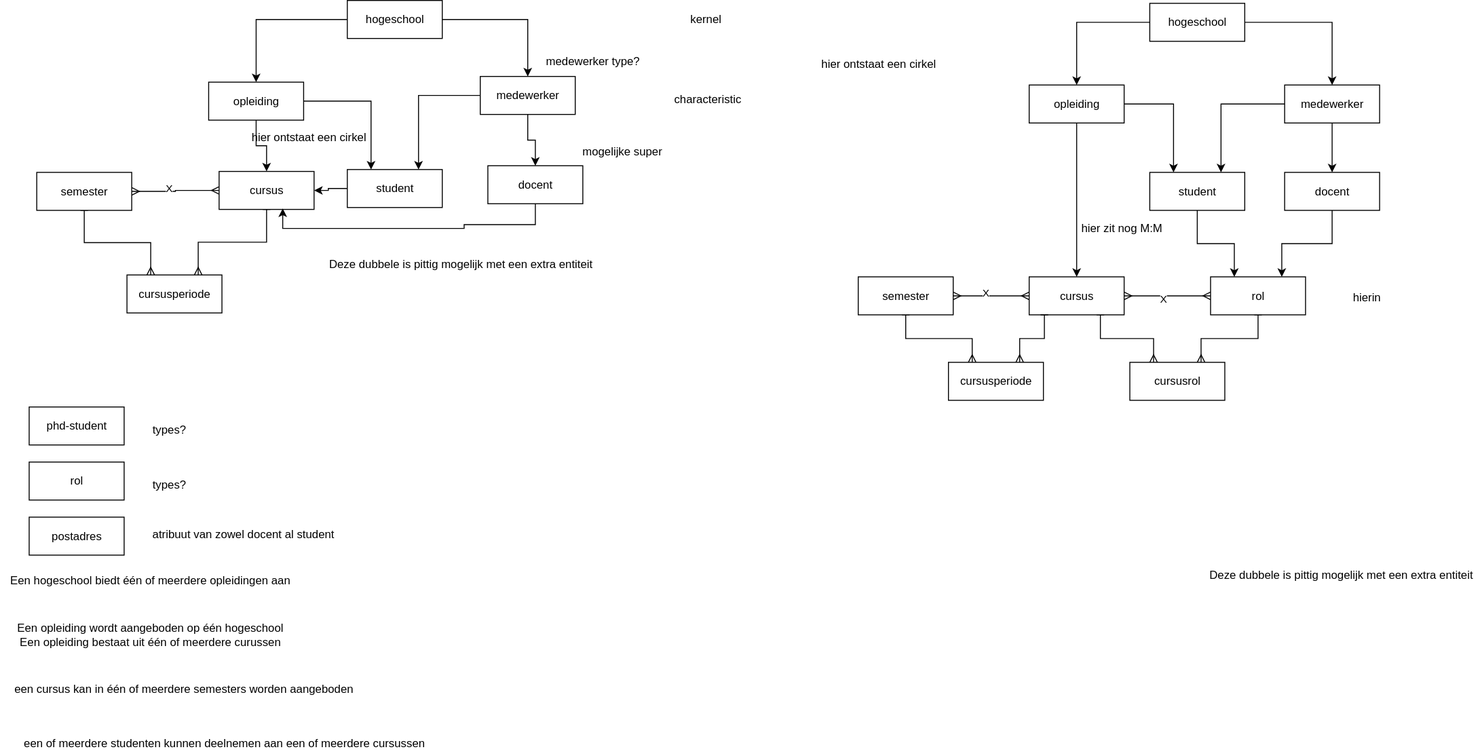
Earlier version of the draw.io export oefenen met schoolsystemen.svg (Jterveld/draw.io-modellen). Source tidied: cells renumbered, new cells last; positions are measured from the earlier drawing's top-left corner, leaving out a move shared by most shapes.
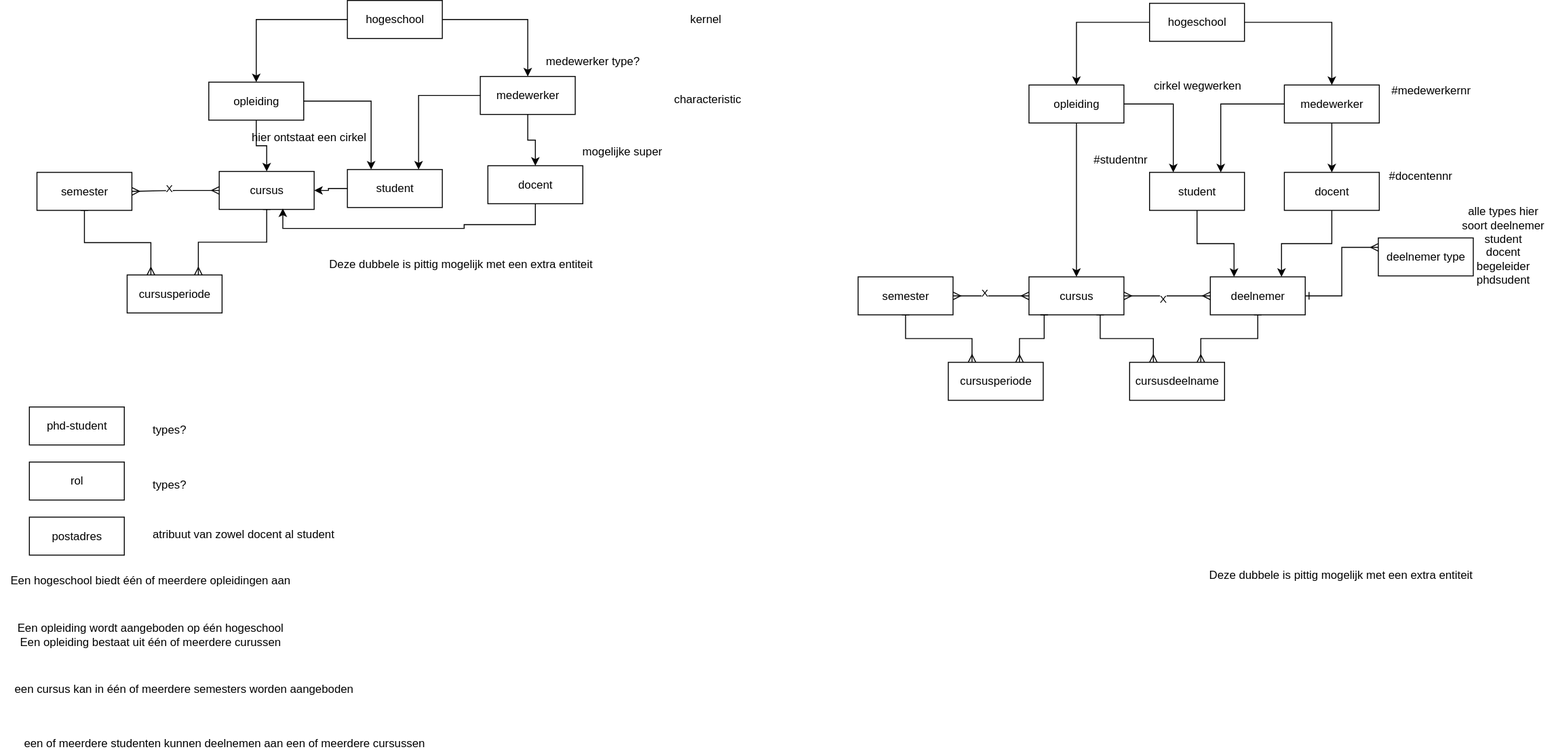
After the change.

What changed in the source:
```diff
@@ -132,10 +132,13 @@
     <mxCell id="42" style="edgeStyle=orthogonalEdgeStyle;rounded=0;jettySize=auto;html=1;entryX=0.75;entryY=0;entryDx=0;entryDy=0;startArrow=baseDash;startFill=0;endArrow=ERmany;endFill=0;" parent="1" edge="1" source="43" target="44">
       <mxGeometry relative="1" as="geometry" />
     </mxCell>
+    <mxCell id="68" style="edgeStyle=orthogonalEdgeStyle;rounded=0;jettySize=auto;html=1;entryX=0;entryY=0.25;entryDx=0;entryDy=0;endArrow=ERmany;endFill=0;startArrow=ERone;startFill=0;" parent="1" edge="1" source="43" target="70">
+      <mxGeometry relative="1" as="geometry" />
+    </mxCell>
-    <mxCell id="43" value="rol" style="whiteSpace=wrap;html=1;align=center;" parent="1" vertex="1">
+    <mxCell id="43" value="deelnemer" style="whiteSpace=wrap;html=1;align=center;" parent="1" vertex="1">
       <mxGeometry x="1274" y="291" width="100" height="40" as="geometry" />
     </mxCell>
-    <mxCell id="44" value="cursusrol" style="whiteSpace=wrap;html=1;align=center;" parent="1" vertex="1">
+    <mxCell id="44" value="cursusdeelname" style="whiteSpace=wrap;html=1;align=center;" parent="1" vertex="1">
       <mxGeometry x="1189" y="381" width="100" height="40" as="geometry" />
     </mxCell>
     <mxCell id="45" style="edgeStyle=orthogonalEdgeStyle;rounded=0;jettySize=auto;html=1;" parent="1" edge="1" source="46" target="41">
@@ -195,17 +198,26 @@
     <mxCell id="63" style="edgeStyle=orthogonalEdgeStyle;rounded=0;jettySize=auto;html=1;entryX=0.75;entryY=0;entryDx=0;entryDy=0;" parent="1" edge="1" source="58" target="51">
       <mxGeometry relative="1" as="geometry" />
     </mxCell>
-    <mxCell id="64" value="hier ontstaat een cirkel" style="text;html=1;align=center;verticalAlign=middle;strokeColor=none;fillColor=none;" parent="1" vertex="1">
-      <mxGeometry x="854" y="54" width="139" height="26" as="geometry" />
-    </mxCell>
     <mxCell id="65" value="Deze dubbele is pittig mogelijk met een extra entiteit" style="text;html=1;align=center;verticalAlign=middle;strokeColor=none;fillColor=none;" parent="1" vertex="1">
       <mxGeometry x="1263" y="592" width="295" height="26" as="geometry" />
     </mxCell>
-    <mxCell id="66" value="hierin" style="text;html=1;align=center;verticalAlign=middle;strokeColor=none;fillColor=none;" parent="1" vertex="1">
-      <mxGeometry x="1414" y="300" width="47" height="26" as="geometry" />
-    </mxCell>
-    <mxCell id="67" value="hier zit nog M:M" style="text;html=1;align=center;verticalAlign=middle;strokeColor=none;fillColor=none;" parent="1" vertex="1">
-      <mxGeometry x="1128" y="227" width="103" height="26" as="geometry" />
-    </mxCell>
+    <mxCell id="69" value="cirkel wegwerken" style="text;html=1;align=center;verticalAlign=middle;strokeColor=none;fillColor=none;" parent="1" vertex="1">
+      <mxGeometry x="1205" y="77" width="110" height="26" as="geometry" />
+    </mxCell>
+    <mxCell id="70" value="deelnemer type" style="whiteSpace=wrap;html=1;align=center;" parent="1" vertex="1">
+      <mxGeometry x="1451" y="250" width="100" height="40" as="geometry" />
+    </mxCell>
+    <mxCell id="71" value="alle types hier&lt;div&gt;soort deelnemer&lt;/div&gt;&lt;div&gt;student&lt;/div&gt;&lt;div&gt;docent&lt;/div&gt;&lt;div&gt;begeleider&lt;/div&gt;&lt;div&gt;phdsudent&lt;/div&gt;&lt;div&gt;&lt;br&gt;&lt;/div&gt;" style="text;html=1;align=center;verticalAlign=middle;strokeColor=none;fillColor=none;" parent="1" vertex="1">
+      <mxGeometry x="1529" y="208" width="105" height="113" as="geometry" />
+    </mxCell>
+    <mxCell id="72" value="#docentennr" style="text;html=1;align=center;verticalAlign=middle;strokeColor=none;fillColor=none;" parent="1" vertex="1">
+      <mxGeometry x="1452" y="172" width="85" height="26" as="geometry" />
+    </mxCell>
+    <mxCell id="73" value="#studentnr" style="text;html=1;align=center;verticalAlign=middle;strokeColor=none;fillColor=none;" parent="1" vertex="1">
+      <mxGeometry x="1141" y="155" width="75" height="26" as="geometry" />
+    </mxCell>
+    <mxCell id="74" value="#medewerkernr" style="text;html=1;align=center;verticalAlign=middle;strokeColor=none;fillColor=none;" parent="1" vertex="1">
+      <mxGeometry x="1455" y="82" width="101" height="26" as="geometry" />
+    </mxCell>
   </root>
 </mxGraphModel>
```
